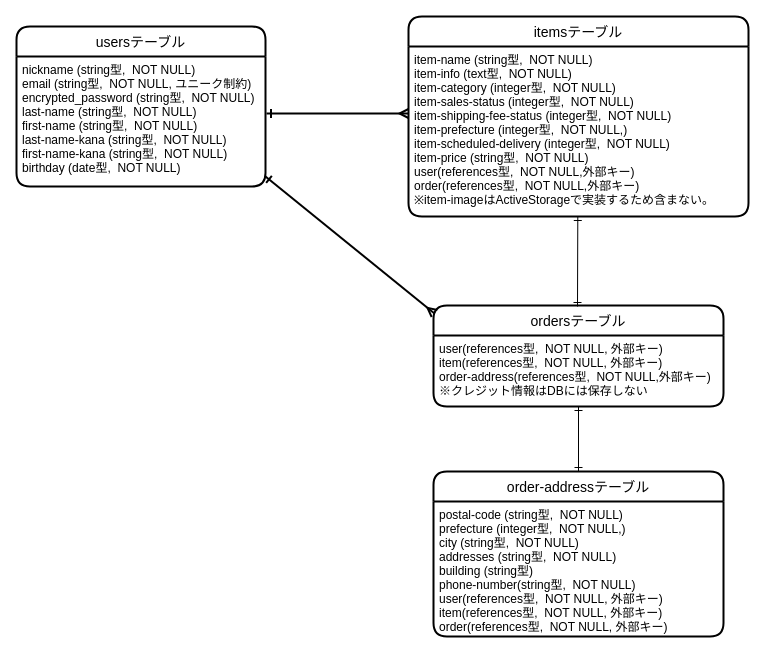
Before: furima.dio in miurachikaa/furima-38865, a draw.io diagram. Source tidied: cells renumbered, new cells numbered last; positions are measured from the earlier drawing's top-left corner, leaving out a move shared by most shapes. Both pictures are drawn from the tidied source at 100%, with x=0, y=0 at pixel (16, 16).
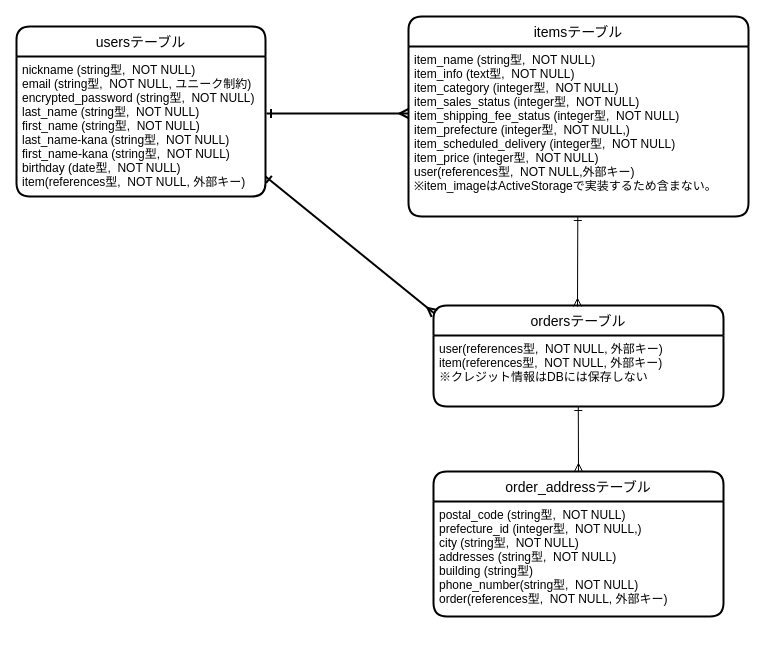
The same diagram, later.

Commit message (it also covers changes not shown here):
DB設計の実装（修正）

What changed in the source:
```diff
@@
 <mxGraphModel>
   <root>
     <mxCell id="0" />
     <mxCell id="1" parent="0" />
     <mxCell id="2" value="usersテーブル" style="swimlane;horizontal=1;startSize=30;rounded=1;fontSize=14;fontStyle=0;strokeWidth=2;shadow=0;dashed=0;align=center;" parent="1" vertex="1">
-      <mxGeometry y="10" width="249" height="160" as="geometry" />
+      <mxGeometry y="10" width="249" height="170" as="geometry" />
     </mxCell>
-    <mxCell id="3" value="nickname (string型,  NOT NULL)&#10;email (string型,  NOT NULL, ユニーク制約)&#10;encrypted_password (string型,  NOT NULL)&#10;last-name (string型,  NOT NULL)&#10;first-name (string型,  NOT NULL)&#10;last-name-kana (string型,  NOT NULL)&#10;first-name-kana (string型,  NOT NULL)&#10;birthday (date型,  NOT NULL)&#10;&#10;" style="align=left;strokeColor=none;fillColor=none;spacingLeft=4;fontSize=12;verticalAlign=top;" parent="2" vertex="1">
-      <mxGeometry y="30" width="249" height="130" as="geometry" />
+    <mxCell id="3" value="nickname (string型,  NOT NULL)&#10;email (string型,  NOT NULL, ユニーク制約)&#10;encrypted_password (string型,  NOT NULL)&#10;last_name (string型,  NOT NULL)&#10;first_name (string型,  NOT NULL)&#10;last_name-kana (string型,  NOT NULL)&#10;first_name-kana (string型,  NOT NULL)&#10;birthday (date型,  NOT NULL)&#10;item(references型,  NOT NULL, 外部キー)&#10;&#10;" style="align=left;strokeColor=none;fillColor=none;spacingLeft=4;fontSize=12;verticalAlign=top;" parent="2" vertex="1">
+      <mxGeometry y="30" width="249" height="140" as="geometry" />
     </mxCell>
     <mxCell id="4" value="itemsテーブル" style="swimlane;horizontal=1;startSize=30;rounded=1;fontSize=14;fontStyle=0;strokeWidth=2;shadow=0;dashed=0;align=center;" parent="1" vertex="1">
       <mxGeometry x="392" width="340" height="200" as="geometry" />
     </mxCell>
-    <mxCell id="5" value="item-name (string型,  NOT NULL)&#10;item-info (text型,  NOT NULL)&#10;item-category (integer型,  NOT NULL)&#10;item-sales-status (integer型,  NOT NULL)&#10;item-shipping-fee-status (integer型,  NOT NULL)&#10;item-prefecture (integer型,  NOT NULL,)&#10;item-scheduled-delivery (integer型,  NOT NULL)&#10;item-price (string型,  NOT NULL)&#10;user(references型,  NOT NULL,外部キー)&#10;order(references型,  NOT NULL,外部キー)&#10;※item-imageはActiveStorageで実装するため含まない。" style="align=left;strokeColor=none;fillColor=none;spacingLeft=4;fontSize=12;verticalAlign=top;" parent="4" vertex="1">
+    <mxCell id="5" value="item_name (string型,  NOT NULL)&#10;item_info (text型,  NOT NULL)&#10;item_category (integer型,  NOT NULL)&#10;item_sales_status (integer型,  NOT NULL)&#10;item_shipping_fee_status (integer型,  NOT NULL)&#10;item_prefecture (integer型,  NOT NULL,)&#10;item_scheduled_delivery (integer型,  NOT NULL)&#10;item_price (integer型,  NOT NULL)&#10;user(references型,  NOT NULL,外部キー)&#10;※item_imageはActiveStorageで実装するため含まない。" style="align=left;strokeColor=none;fillColor=none;spacingLeft=4;fontSize=12;verticalAlign=top;" parent="4" vertex="1">
       <mxGeometry y="30" width="340" height="170" as="geometry" />
     </mxCell>
     <mxCell id="6" value="ordersテーブル" style="swimlane;horizontal=1;startSize=30;rounded=1;fontSize=14;fontStyle=0;strokeWidth=2;shadow=0;dashed=0;align=center;" parent="1" vertex="1">
       <mxGeometry x="417" y="289" width="290" height="101" as="geometry" />
     </mxCell>
-    <mxCell id="7" value="user(references型,  NOT NULL, 外部キー)&#10;item(references型,  NOT NULL, 外部キー)&#10;order-address(references型,  NOT NULL,外部キー)&#10;※クレジット情報はDBには保存しない" style="align=left;strokeColor=none;fillColor=none;spacingLeft=4;fontSize=12;verticalAlign=top;" parent="6" vertex="1">
+    <mxCell id="7" value="user(references型,  NOT NULL, 外部キー)&#10;item(references型,  NOT NULL, 外部キー)&#10;※クレジット情報はDBには保存しない" style="align=left;strokeColor=none;fillColor=none;spacingLeft=4;fontSize=12;verticalAlign=top;" parent="6" vertex="1">
       <mxGeometry y="30" width="290" height="71" as="geometry" />
     </mxCell>
-    <mxCell id="8" value="order-addressテーブル" style="swimlane;horizontal=1;startSize=30;rounded=1;fontSize=14;fontStyle=0;strokeWidth=2;shadow=0;dashed=0;align=center;" parent="1" vertex="1">
-      <mxGeometry x="417" y="455" width="290" height="165" as="geometry" />
+    <mxCell id="8" value="order_addressテーブル" style="swimlane;horizontal=1;startSize=30;rounded=1;fontSize=14;fontStyle=0;strokeWidth=2;shadow=0;dashed=0;align=center;" parent="1" vertex="1">
+      <mxGeometry x="417" y="455" width="290" height="145" as="geometry" />
     </mxCell>
-    <mxCell id="9" value="postal-code (string型,  NOT NULL)&#10;prefecture (integer型,  NOT NULL,)&#10;city (string型,  NOT NULL)&#10;addresses (string型,  NOT NULL)&#10;building (string型)&#10;phone-number(string型,  NOT NULL)&#10;user(references型,  NOT NULL, 外部キー)&#10;item(references型,  NOT NULL, 外部キー)&#10;order(references型,  NOT NULL, 外部キー)&#10;&#10;&#10;" style="align=left;strokeColor=none;fillColor=none;spacingLeft=4;fontSize=12;verticalAlign=top;" parent="8" vertex="1">
-      <mxGeometry y="30" width="290" height="135" as="geometry" />
+    <mxCell id="9" value="postal_code (string型,  NOT NULL)&#10;prefecture_id (integer型,  NOT NULL,)&#10;city (string型,  NOT NULL)&#10;addresses (string型,  NOT NULL)&#10;building (string型)&#10;phone_number(string型,  NOT NULL)&#10;order(references型,  NOT NULL, 外部キー)&#10;&#10;&#10;" style="align=left;strokeColor=none;fillColor=none;spacingLeft=4;fontSize=12;verticalAlign=top;" parent="8" vertex="1">
+      <mxGeometry y="30" width="290" height="115" as="geometry" />
     </mxCell>
-    <mxCell id="10" style="endArrow=ERone;html=1;rounded=0;endFill=0;startArrow=ERone;startFill=0;exitX=0.5;exitY=0;exitDx=0;exitDy=0;" parent="1" edge="1" source="8">
-      <mxGeometry relative="1" as="geometry">
-        <mxPoint x="562" y="390" as="targetPoint" />
-      </mxGeometry>
-    </mxCell>
     <mxCell id="11" style="endArrow=ERmany;html=1;rounded=0;startArrow=ERone;startFill=0;endFill=0;entryX=0;entryY=0.5;entryDx=0;entryDy=0;exitX=1;exitY=0.5;exitDx=0;exitDy=0;strokeWidth=2;" parent="1" edge="1">
       <mxGeometry relative="1" as="geometry">
         <mxPoint x="250" y="97" as="sourcePoint" />
         <mxPoint x="392" y="97" as="targetPoint" />
       </mxGeometry>
     </mxCell>
     <mxCell id="12" style="endArrow=ERmany;html=1;rounded=0;startArrow=ERone;startFill=0;endFill=0;strokeWidth=2;" parent="1" edge="1">
       <mxGeometry relative="1" as="geometry">
         <mxPoint x="249" y="160" as="sourcePoint" />
         <mxPoint x="418" y="297" as="targetPoint" />
       </mxGeometry>
     </mxCell>
-    <mxCell id="13" style="endArrow=ERone;html=1;rounded=0;endFill=0;startArrow=ERone;startFill=0;" parent="1" edge="1">
+    <mxCell id="13" style="endArrow=ERone;html=1;rounded=0;endFill=0;startArrow=ERmany;startFill=0;" parent="1" edge="1">
       <mxGeometry relative="1" as="geometry">
         <mxPoint x="561" y="290" as="sourcePoint" />
         <mxPoint x="561.3" y="200" as="targetPoint" />
       </mxGeometry>
     </mxCell>
+    <mxCell id="14" style="endArrow=ERone;html=1;rounded=0;endFill=0;startArrow=ERmany;startFill=0;exitX=0.5;exitY=0;exitDx=0;exitDy=0;" parent="1" edge="1" source="8">
+      <mxGeometry relative="1" as="geometry">
+        <mxPoint x="561.8" y="390" as="targetPoint" />
+      </mxGeometry>
+    </mxCell>
   </root>
 </mxGraphModel>
```
